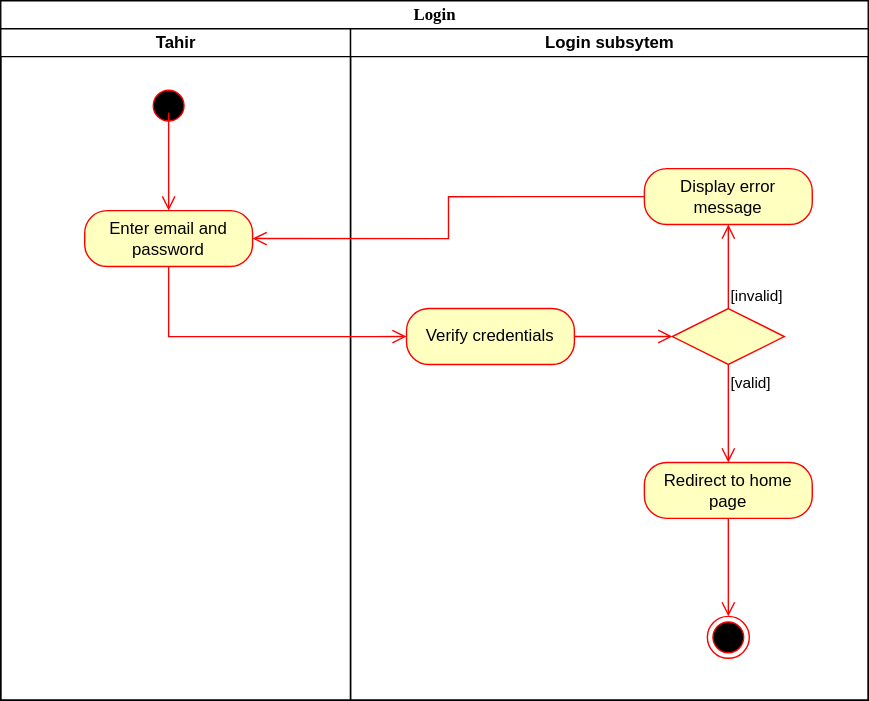
Earlier version of the draw.io export Login Activity Diagram.svg (Simamkele88/IFM3_GP). Source tidied: cells renumbered, new cells last; positions are measured from the earlier drawing's top-left corner, leaving out a move shared by most shapes.
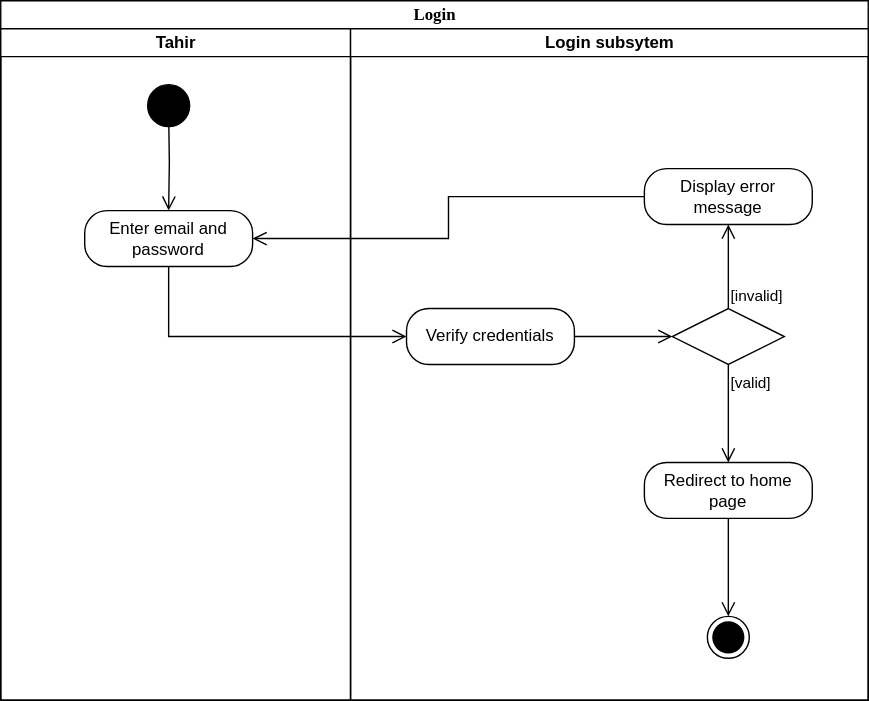
The same file after the commit.

Diff of the diagram source:
```diff
@@ -5,49 +5,53 @@
     <mxCell id="2" value="Login" style="swimlane;html=1;startSize=20;rounded=0;shadow=0;comic=0;labelBackgroundColor=none;strokeWidth=1;fontFamily=Verdana;fontSize=12;align=center;" parent="1" vertex="1">
       <mxGeometry width="620" height="500" as="geometry" />
     </mxCell>
-    <mxCell id="3" value="Tahir" style="swimlane;html=1;startSize=20;" parent="2" vertex="1">
+    <mxCell id="3" value="Tahir" style="swimlane;html=1;startSize=20;labelBackgroundColor=none;" parent="2" vertex="1">
       <mxGeometry y="20" width="250" height="480" as="geometry" />
     </mxCell>
-    <mxCell id="4" value="Enter email and password" style="rounded=1;whiteSpace=wrap;html=1;arcSize=40;fontColor=#000000;fillColor=#ffffc0;strokeColor=#ff0000;" parent="3" vertex="1">
+    <mxCell id="4" value="Enter email and password" style="rounded=1;whiteSpace=wrap;html=1;arcSize=40;labelBackgroundColor=none;" parent="3" vertex="1">
       <mxGeometry x="60" y="130" width="120" height="40" as="geometry" />
     </mxCell>
-    <mxCell id="5" style="ellipse;html=1;shape=startState;fillColor=#000000;strokeColor=#ff0000;" parent="3" vertex="1">
-      <mxGeometry x="105" y="40" width="30" height="30" as="geometry" />
-    </mxCell>
-    <mxCell id="6" style="edgeStyle=orthogonalEdgeStyle;html=1;verticalAlign=bottom;endArrow=open;endSize=8;strokeColor=#ff0000;rounded=0;entryX=0.5;entryY=0;entryDx=0;entryDy=0;exitX=0.5;exitY=0.667;exitDx=0;exitDy=0;exitPerimeter=0;" parent="3" edge="1" source="5" target="4">
-      <mxGeometry relative="1" as="geometry" />
+    <mxCell id="6" style="edgeStyle=orthogonalEdgeStyle;html=1;verticalAlign=bottom;endArrow=open;endSize=8;rounded=0;entryX=0.5;entryY=0;entryDx=0;entryDy=0;exitX=0.5;exitY=0.667;exitDx=0;exitDy=0;exitPerimeter=0;labelBackgroundColor=none;fontColor=default;" parent="3" edge="1" target="4">
+      <mxGeometry relative="1" as="geometry">
+        <mxPoint x="120" y="60" as="sourcePoint" />
+      </mxGeometry>
     </mxCell>
+    <mxCell id="19" style="ellipse;fillColor=strokeColor;html=1;" parent="3" vertex="1">
+      <mxGeometry x="105" y="40" width="30" height="30" as="geometry" />
+    </mxCell>
-    <mxCell id="7" value="Login subsytem" style="swimlane;html=1;startSize=20;" parent="2" vertex="1">
+    <mxCell id="7" value="Login subsytem" style="swimlane;html=1;startSize=20;labelBackgroundColor=none;" parent="2" vertex="1">
       <mxGeometry x="250" y="20" width="370" height="480" as="geometry" />
     </mxCell>
-    <mxCell id="8" style="rhombus;whiteSpace=wrap;html=1;fontColor=#000000;fillColor=#ffffc0;strokeColor=#ff0000;" parent="7" vertex="1">
+    <mxCell id="8" style="rhombus;whiteSpace=wrap;html=1;labelBackgroundColor=none;" parent="7" vertex="1">
       <mxGeometry x="230" y="200" width="80" height="40" as="geometry" />
     </mxCell>
-    <mxCell id="9" value="[invalid]" style="edgeStyle=orthogonalEdgeStyle;html=1;align=left;verticalAlign=bottom;endArrow=open;endSize=8;strokeColor=#ff0000;rounded=0;exitX=0.5;exitY=0;exitDx=0;exitDy=0;entryX=0.5;entryY=1;entryDx=0;entryDy=0;" parent="7" edge="1" source="8" target="11">
+    <mxCell id="9" value="[invalid]" style="edgeStyle=orthogonalEdgeStyle;html=1;align=left;verticalAlign=bottom;endArrow=open;endSize=8;rounded=0;exitX=0.5;exitY=0;exitDx=0;exitDy=0;entryX=0.5;entryY=1;entryDx=0;entryDy=0;labelBackgroundColor=none;fontColor=default;" parent="7" edge="1" source="8" target="11">
       <mxGeometry x="-1" relative="1" as="geometry" />
     </mxCell>
-    <mxCell id="10" value="[valid]" style="edgeStyle=orthogonalEdgeStyle;html=1;align=left;verticalAlign=top;endArrow=open;endSize=8;strokeColor=#ff0000;rounded=0;" parent="7" edge="1" source="8" target="12">
+    <mxCell id="10" value="[valid]" style="edgeStyle=orthogonalEdgeStyle;html=1;align=left;verticalAlign=top;endArrow=open;endSize=8;rounded=0;labelBackgroundColor=none;fontColor=default;" parent="7" edge="1" source="8" target="12">
       <mxGeometry x="-1" relative="1" as="geometry" />
     </mxCell>
-    <mxCell id="11" value="Display error message" style="rounded=1;whiteSpace=wrap;html=1;arcSize=40;fontColor=#000000;fillColor=#ffffc0;strokeColor=#ff0000;" parent="7" vertex="1">
+    <mxCell id="11" value="Display error message" style="rounded=1;whiteSpace=wrap;html=1;arcSize=40;labelBackgroundColor=none;" parent="7" vertex="1">
       <mxGeometry x="210" y="100" width="120" height="40" as="geometry" />
     </mxCell>
-    <mxCell id="12" value="Redirect to home page" style="rounded=1;whiteSpace=wrap;html=1;arcSize=40;fontColor=#000000;fillColor=#ffffc0;strokeColor=#ff0000;" parent="7" vertex="1">
+    <mxCell id="12" value="Redirect to home page" style="rounded=1;whiteSpace=wrap;html=1;arcSize=40;labelBackgroundColor=none;" parent="7" vertex="1">
       <mxGeometry x="210" y="310" width="120" height="40" as="geometry" />
     </mxCell>
-    <mxCell id="13" style="edgeStyle=orthogonalEdgeStyle;html=1;verticalAlign=bottom;endArrow=open;endSize=8;strokeColor=#ff0000;rounded=0;entryX=0.5;entryY=0;entryDx=0;entryDy=0;" parent="7" edge="1" source="12" target="14">
-      <mxGeometry relative="1" as="geometry" />
+    <mxCell id="13" style="edgeStyle=orthogonalEdgeStyle;html=1;verticalAlign=bottom;endArrow=open;endSize=8;rounded=0;entryX=0.5;entryY=0;entryDx=0;entryDy=0;labelBackgroundColor=none;fontColor=default;" parent="7" edge="1" source="12">
+      <mxGeometry relative="1" as="geometry">
+        <mxPoint x="270" y="420" as="targetPoint" />
+      </mxGeometry>
     </mxCell>
-    <mxCell id="14" style="ellipse;html=1;shape=endState;fillColor=#000000;strokeColor=#ff0000;" parent="7" vertex="1">
-      <mxGeometry x="255" y="420" width="30" height="30" as="geometry" />
-    </mxCell>
-    <mxCell id="15" value="Verify credentials" style="rounded=1;whiteSpace=wrap;html=1;arcSize=40;fontColor=#000000;fillColor=#ffffc0;strokeColor=#ff0000;" parent="7" vertex="1">
+    <mxCell id="15" value="Verify credentials" style="rounded=1;whiteSpace=wrap;html=1;arcSize=40;labelBackgroundColor=none;" parent="7" vertex="1">
       <mxGeometry x="40" y="200" width="120" height="40" as="geometry" />
     </mxCell>
-    <mxCell id="16" style="edgeStyle=orthogonalEdgeStyle;html=1;verticalAlign=bottom;endArrow=open;endSize=8;strokeColor=#ff0000;rounded=0;exitX=1;exitY=0.5;exitDx=0;exitDy=0;" parent="7" edge="1" source="15" target="8">
+    <mxCell id="16" style="edgeStyle=orthogonalEdgeStyle;html=1;verticalAlign=bottom;endArrow=open;endSize=8;rounded=0;exitX=1;exitY=0.5;exitDx=0;exitDy=0;labelBackgroundColor=none;fontColor=default;" parent="7" edge="1" source="15" target="8">
       <mxGeometry relative="1" as="geometry" />
     </mxCell>
+    <mxCell id="20" style="ellipse;html=1;shape=endState;fillColor=strokeColor;" parent="7" vertex="1">
+      <mxGeometry x="255" y="420" width="30" height="30" as="geometry" />
+    </mxCell>
-    <mxCell id="17" style="edgeStyle=orthogonalEdgeStyle;html=1;verticalAlign=bottom;endArrow=open;endSize=8;strokeColor=#ff0000;rounded=0;exitX=0.5;exitY=1;exitDx=0;exitDy=0;entryX=0;entryY=0.5;entryDx=0;entryDy=0;" parent="2" edge="1" source="4" target="15">
+    <mxCell id="17" style="edgeStyle=orthogonalEdgeStyle;html=1;verticalAlign=bottom;endArrow=open;endSize=8;rounded=0;exitX=0.5;exitY=1;exitDx=0;exitDy=0;entryX=0;entryY=0.5;entryDx=0;entryDy=0;labelBackgroundColor=none;fontColor=default;" parent="2" edge="1" source="4" target="15">
       <mxGeometry relative="1" as="geometry">
         <Array as="points">
           <mxPoint x="120" y="240" />
@@ -55,7 +59,7 @@
         </Array>
       </mxGeometry>
     </mxCell>
-    <mxCell id="18" style="edgeStyle=orthogonalEdgeStyle;html=1;verticalAlign=bottom;endArrow=open;endSize=8;strokeColor=#ff0000;rounded=0;exitX=0;exitY=0.5;exitDx=0;exitDy=0;entryX=1;entryY=0.5;entryDx=0;entryDy=0;" parent="2" edge="1" source="11" target="4">
+    <mxCell id="18" style="edgeStyle=orthogonalEdgeStyle;html=1;verticalAlign=bottom;endArrow=open;endSize=8;rounded=0;exitX=0;exitY=0.5;exitDx=0;exitDy=0;entryX=1;entryY=0.5;entryDx=0;entryDy=0;labelBackgroundColor=none;fontColor=default;" parent="2" edge="1" source="11" target="4">
       <mxGeometry relative="1" as="geometry" />
     </mxCell>
   </root>
```
